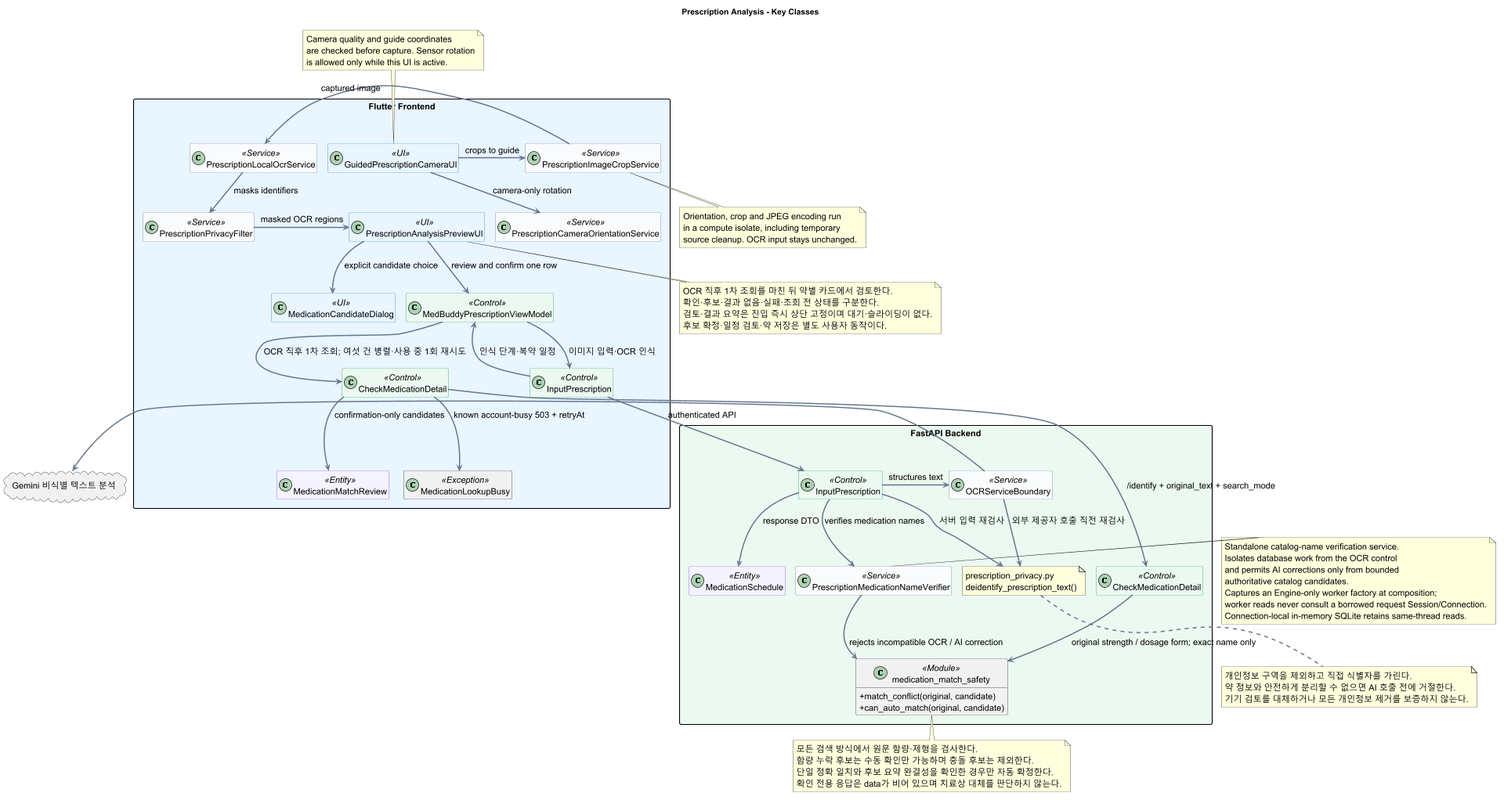
Earlier version of the PlantUML export docs/UML/class/02_PrescriptionAnalysis.png (1window2/MedBuddy). Its source is kept beside it as docs/UML/class/02_PrescriptionAnalysis.puml. Source of this version:
```plantuml
@startuml
allowmixing
scale max 1920 width
top to bottom direction
!pragma layout smetana

title Prescription Analysis - Key Classes

skinparam backgroundColor white
skinparam shadowing false
skinparam linetype ortho
skinparam nodesep 60
skinparam ranksep 85
skinparam defaultFontName SansSerif
skinparam defaultFontSize 15
skinparam ArrowColor #64748B
skinparam ArrowThickness 2
skinparam packageStyle rectangle
skinparam classAttributeIconSize 0
hide empty members

skinparam classBackgroundColor<<UI>> #E8F4FF
skinparam classBorderColor<<UI>> #147BC1
skinparam classBackgroundColor<<Control>> #EAF8F0
skinparam classBorderColor<<Control>> #159957
skinparam classBackgroundColor<<Service>> #F8FAFC
skinparam classBorderColor<<Service>> #64748B
skinparam classBackgroundColor<<Entity>> #F5F3FF
skinparam classBorderColor<<Entity>> #7C3AED
skinparam classBackgroundColor<<External>> #FFF7E6
skinparam classBorderColor<<External>> #D97706

package "Flutter Frontend" #E8F4FF {
  class GuidedPrescriptionCameraUI <<UI>>
  class PrescriptionCameraOrientationService <<Service>>
  class PrescriptionImageCropService <<Service>>
  class PrescriptionLocalOcrService <<Service>>
  class PrescriptionPrivacyFilter <<Service>>
  class PrescriptionAnalysisPreviewUI <<UI>>
  class MedicationCandidateDialog <<UI>>
  class MedBuddyPrescriptionViewModel <<Control>>
  class "CheckMedicationDetail" as FCheckMedicationDetail <<Control>>
  class MedicationMatchReview <<Entity>>
  class MedicationLookupBusy <<Exception>>
  class "InputPrescription" as FInputPrescription <<Control>>
}

package "FastAPI Backend" #EAF8F0 {
  class "InputPrescription" as BInputPrescription <<Control>>
  class OCRServiceBoundary <<Service>>
  note "prescription_privacy.py\ndeidentify_prescription_text()" as PrescriptionPrivacy
  class "PrescriptionMedicationNameVerifier" as MedicationNameVerifier <<Service>>
  class "MedicationSchedule" as BMedicationSchedule <<Entity>>
  class "CheckMedicationDetail" as BCheckMedicationDetail <<Control>>
  class "medication_match_safety" as MatchSafety <<Module>> {
    + match_conflict(original, candidate)
    + can_auto_match(original, candidate)
  }
}

cloud "Gemini 비식별 텍스트 분석" as Gemini

GuidedPrescriptionCameraUI -right-> PrescriptionImageCropService : crops to guide
GuidedPrescriptionCameraUI -down-> PrescriptionCameraOrientationService : camera-only rotation
PrescriptionImageCropService -right-> PrescriptionLocalOcrService : captured image
PrescriptionLocalOcrService -down-> PrescriptionPrivacyFilter : masks identifiers
PrescriptionPrivacyFilter -right-> PrescriptionAnalysisPreviewUI : masked OCR regions
MedBuddyPrescriptionViewModel --> FInputPrescription : 이미지 입력·OCR 인식
FInputPrescription -down-> BInputPrescription : authenticated API
BInputPrescription -right-> OCRServiceBoundary : structures text
BInputPrescription --> PrescriptionPrivacy : 서버 입력 재검사
OCRServiceBoundary --> PrescriptionPrivacy : 외부 제공자 호출 직전 재검사
note bottom of PrescriptionPrivacy
  개인정보 구역을 제외하고 직접 식별자를 가린다.
  약 정보와 안전하게 분리할 수 없으면 AI 호출 전에 거절한다.
  기기 검토를 대체하거나 모든 개인정보 제거를 보증하지 않는다.
end note
OCRServiceBoundary -right-> Gemini
BInputPrescription -down-> MedicationNameVerifier : verifies medication names
BInputPrescription -down-> BMedicationSchedule : response DTO
MedicationNameVerifier --> MatchSafety : rejects incompatible OCR / AI correction
PrescriptionAnalysisPreviewUI --> MedBuddyPrescriptionViewModel : review and confirm one row
PrescriptionAnalysisPreviewUI --> MedicationCandidateDialog : explicit candidate choice
FInputPrescription --> MedBuddyPrescriptionViewModel : 인식 단계·복약 일정
MedBuddyPrescriptionViewModel --> FCheckMedicationDetail : OCR 직후 1차 조회; 여섯 건 병렬·사용 중 1회 재시도
FCheckMedicationDetail --> BCheckMedicationDetail : /identify + original_text + search_mode
FCheckMedicationDetail --> MedicationMatchReview : confirmation-only candidates
FCheckMedicationDetail --> MedicationLookupBusy : known account-busy 503 + retryAt
BCheckMedicationDetail --> MatchSafety : original strength / dosage form; exact name only

note right of MedicationNameVerifier
  Standalone catalog-name verification service.
  Isolates database work from the OCR control
  and permits AI corrections only from bounded
  authoritative catalog candidates.
  Captures an Engine-only worker factory at composition;
  worker reads never consult a borrowed request Session/Connection.
  Connection-local in-memory SQLite retains same-thread reads.
end note

note bottom of PrescriptionAnalysisPreviewUI
  OCR 직후 1차 조회를 마친 뒤 약별 카드에서 검토한다.
  확인·후보·결과 없음·실패·조회 전 상태를 구분한다.
  검토·결과 요약은 진입 즉시 상단 고정이며 대기·슬라이딩이 없다.
  후보 확정·일정 검토·약 저장은 별도 사용자 동작이다.
end note

note bottom of MatchSafety
  모든 검색 방식에서 원문 함량·제형을 검사한다.
  함량 누락 후보는 수동 확인만 가능하며 충돌 후보는 제외한다.
  단일 정확 일치와 후보 요약 완결성을 확인한 경우만 자동 확정한다.
  확인 전용 응답은 data가 비어 있으며 치료상 대체를 판단하지 않는다.
end note

note bottom of PrescriptionImageCropService
  Orientation, crop and JPEG encoding run
  in a compute isolate, including temporary
  source cleanup. OCR input stays unchanged.
end note

note top of GuidedPrescriptionCameraUI
  Camera quality and guide coordinates
  are checked before capture. Sensor rotation
  is allowed only while this UI is active.
end note
@enduml
```
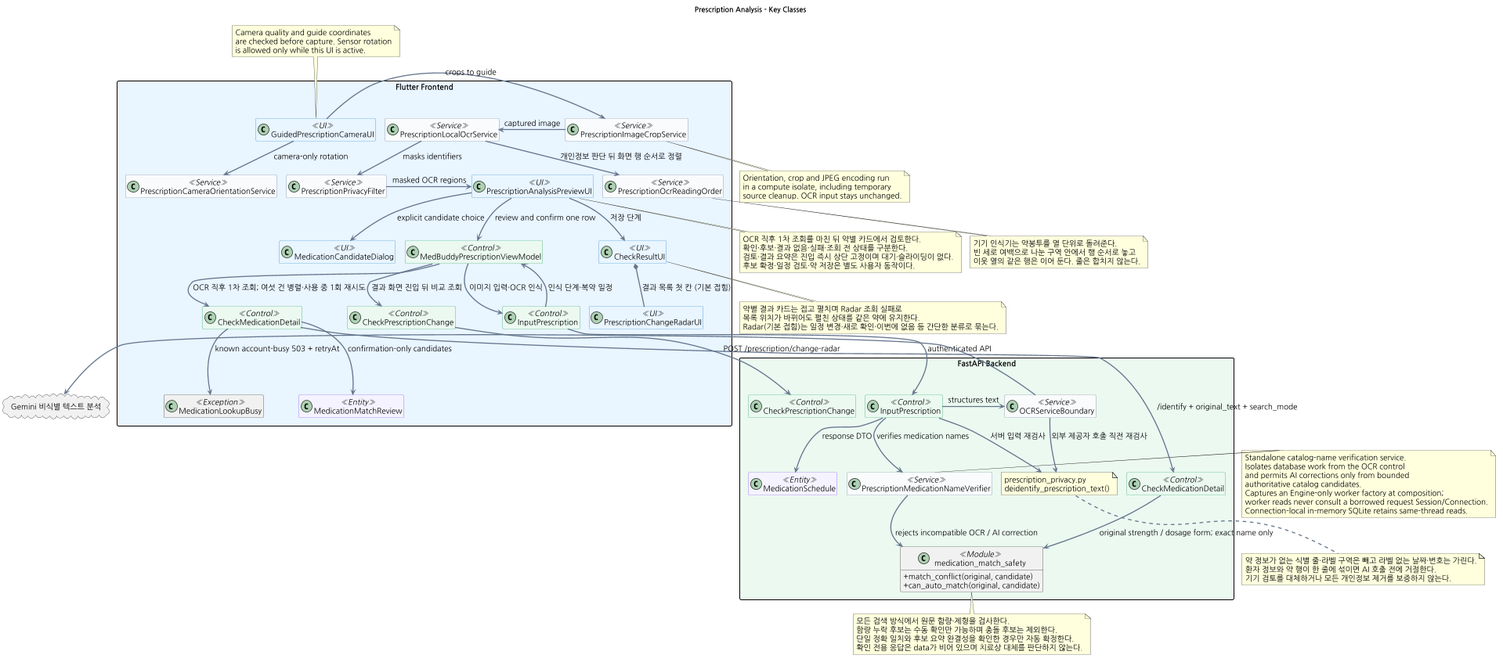
The same diagram one commit later.

Change to the diagram source:
```diff
@@ -11,7 +11,7 @@
 skinparam linetype ortho
 skinparam nodesep 60
 skinparam ranksep 85
-skinparam defaultFontName SansSerif
+skinparam defaultFontName Nanum Gothic
 skinparam defaultFontSize 15
 skinparam ArrowColor #64748B
 skinparam ArrowThickness 2
@@ -35,9 +35,13 @@
   class PrescriptionCameraOrientationService <<Service>>
   class PrescriptionImageCropService <<Service>>
   class PrescriptionLocalOcrService <<Service>>
+  class PrescriptionOcrReadingOrder <<Service>>
   class PrescriptionPrivacyFilter <<Service>>
   class PrescriptionAnalysisPreviewUI <<UI>>
   class MedicationCandidateDialog <<UI>>
+  class CheckResultUI <<UI>>
+  class PrescriptionChangeRadarUI <<UI>>
+  class "CheckPrescriptionChange" as FCheckPrescriptionChange <<Control>>
   class MedBuddyPrescriptionViewModel <<Control>>
   class "CheckMedicationDetail" as FCheckMedicationDetail <<Control>>
   class MedicationMatchReview <<Entity>>
@@ -52,6 +56,7 @@
   class "PrescriptionMedicationNameVerifier" as MedicationNameVerifier <<Service>>
   class "MedicationSchedule" as BMedicationSchedule <<Entity>>
   class "CheckMedicationDetail" as BCheckMedicationDetail <<Control>>
+  class "CheckPrescriptionChange" as BCheckPrescriptionChange <<Control>>
   class "medication_match_safety" as MatchSafety <<Module>> {
     + match_conflict(original, candidate)
     + can_auto_match(original, candidate)
@@ -64,6 +69,7 @@
 GuidedPrescriptionCameraUI -down-> PrescriptionCameraOrientationService : camera-only rotation
 PrescriptionImageCropService -right-> PrescriptionLocalOcrService : captured image
 PrescriptionLocalOcrService -down-> PrescriptionPrivacyFilter : masks identifiers
+PrescriptionLocalOcrService --> PrescriptionOcrReadingOrder : 개인정보 판단 뒤 화면 행 순서로 정렬
 PrescriptionPrivacyFilter -right-> PrescriptionAnalysisPreviewUI : masked OCR regions
 MedBuddyPrescriptionViewModel --> FInputPrescription : 이미지 입력·OCR 인식
 FInputPrescription -down-> BInputPrescription : authenticated API
@@ -71,8 +77,8 @@
 BInputPrescription --> PrescriptionPrivacy : 서버 입력 재검사
 OCRServiceBoundary --> PrescriptionPrivacy : 외부 제공자 호출 직전 재검사
 note bottom of PrescriptionPrivacy
-  개인정보 구역을 제외하고 직접 식별자를 가린다.
-  약 정보와 안전하게 분리할 수 없으면 AI 호출 전에 거절한다.
+  약 정보가 없는 식별 줄·라벨 구역은 빼고 라벨 없는 날짜·번호는 가린다.
+  환자 정보와 약 행이 한 줄에 섞이면 AI 호출 전에 거절한다.
   기기 검토를 대체하거나 모든 개인정보 제거를 보증하지 않는다.
 end note
 OCRServiceBoundary -right-> Gemini
@@ -87,6 +93,22 @@
 FCheckMedicationDetail --> MedicationMatchReview : confirmation-only candidates
 FCheckMedicationDetail --> MedicationLookupBusy : known account-busy 503 + retryAt
 BCheckMedicationDetail --> MatchSafety : original strength / dosage form; exact name only
+PrescriptionAnalysisPreviewUI --> CheckResultUI : 저장 단계
+CheckResultUI *-- PrescriptionChangeRadarUI : 결과 목록 첫 칸 (기본 접힘)
+MedBuddyPrescriptionViewModel --> FCheckPrescriptionChange : 결과 화면 진입 뒤 비교 조회
+FCheckPrescriptionChange --> BCheckPrescriptionChange : POST /prescription/change-radar
+
+note bottom of PrescriptionOcrReadingOrder
+  기기 인식기는 약봉투를 열 단위로 돌려준다.
+  빈 세로 여백으로 나눈 구역 안에서 행 순서로 놓고
+  이웃 열의 같은 행은 이어 둔다. 줄은 합치지 않는다.
+end note
+
+note bottom of CheckResultUI
+  약별 결과 카드는 접고 펼치며 Radar 조회 실패로
+  목록 위치가 바뀌어도 펼친 상태를 같은 약에 유지한다.
+  Radar(기본 접힘)는 일정 변경·새로 확인·이번에 없음 등 간단한 분류로 묶는다.
+end note
 
 note right of MedicationNameVerifier
   Standalone catalog-name verification service.
```
